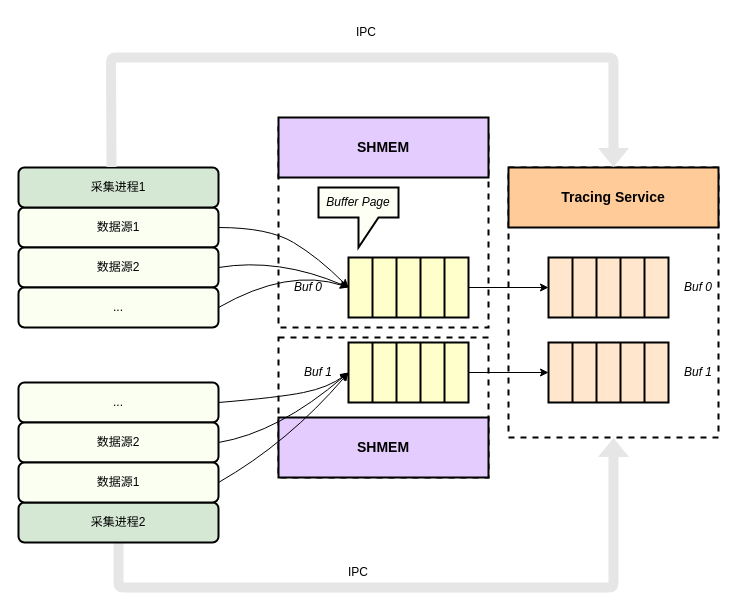
Before: images/2025-7-30-tracing/drawio/Buffer.drawio in braisedp/braisedp.github.io, a draw.io diagram. Source tidied: cells renumbered, new cells numbered last; positions are measured from the earlier drawing's top-left corner, leaving out a move shared by most shapes. Both pictures are drawn from the tidied source at 100%, with x=0, y=0 at pixel (18, 17).
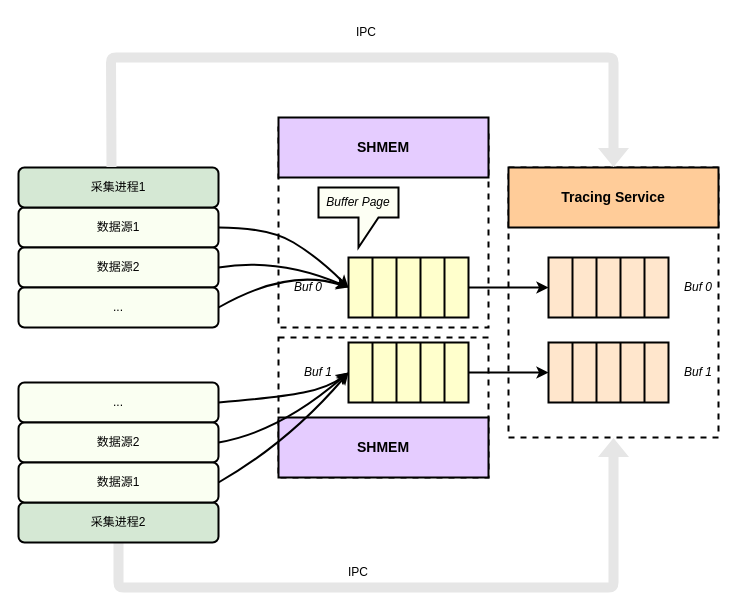
The same page after the edit.

The change refers to these unchanged cells:
```xml
<mxCell id="5" style="shape=table;startSize=0;childLayout=tableLayout;fontSize=16;rowLines=0;columnLines=1;strokeWidth=2;fillColor=#FFFFCC;" parent="1" vertex="1">
  <mxGeometry x="330" y="240" width="120" height="60" as="geometry" />
</mxCell>
<mxCell id="6" style="shape=tableRow;horizontal=0;startSize=0;swimlaneHead=0;swimlaneBody=0;strokeColor=inherit;top=0;left=0;bottom=0;right=0;fillColor=none;points=[[0,0.5],[1,0.5]];portConstraint=eastwest;fontSize=16;" parent="5" vertex="1">
  <mxGeometry width="120" height="60" as="geometry" />
</mxCell>
<mxCell id="12" style="shape=table;startSize=0;childLayout=tableLayout;fontSize=16;rowLines=0;columnLines=1;strokeWidth=2;fillColor=#FFE6CC;" parent="1" vertex="1">
  <mxGeometry x="530" y="240" width="120" height="60" as="geometry" />
</mxCell>
<mxCell id="20" style="shape=tableRow;horizontal=0;startSize=0;swimlaneHead=0;swimlaneBody=0;strokeColor=inherit;top=0;left=0;bottom=0;right=0;fillColor=none;points=[[0,0.5],[1,0.5]];portConstraint=eastwest;fontSize=16;" parent="19" vertex="1">
  <mxGeometry width="120" height="60" as="geometry" />
</mxCell>
<mxCell id="26" style="shape=table;startSize=0;childLayout=tableLayout;fontSize=16;rowLines=0;columnLines=1;strokeWidth=2;fillColor=#FFE6CC;" parent="1" vertex="1">
  <mxGeometry x="530" y="325" width="120" height="60" as="geometry" />
</mxCell>
<mxCell id="39" value="Buf 1" style="text;html=1;align=center;verticalAlign=middle;whiteSpace=wrap;rounded=0;fontStyle=2;" parent="1" vertex="1">
  <mxGeometry x="270" y="340" width="60" height="30" as="geometry" />
</mxCell>
<mxCell id="42" value="数据源1" style="rounded=1;whiteSpace=wrap;html=1;strokeWidth=2;fillColor=#FAFFF2;" parent="1" vertex="1">
  <mxGeometry y="190" width="200" height="40" as="geometry" />
</mxCell>
<mxCell id="44" value="数据源2" style="rounded=1;whiteSpace=wrap;html=1;strokeWidth=2;fillColor=#FAFFF2;" parent="1" vertex="1">
  <mxGeometry y="230" width="200" height="40" as="geometry" />
</mxCell>
<mxCell id="48" value="..." style="rounded=1;whiteSpace=wrap;html=1;strokeWidth=2;fillColor=#FAFFF2;" parent="1" vertex="1">
  <mxGeometry y="270" width="200" height="40" as="geometry" />
</mxCell>
<mxCell id="50" value="..." style="rounded=1;whiteSpace=wrap;html=1;strokeWidth=2;fillColor=#FAFFF2;" parent="1" vertex="1">
  <mxGeometry y="365" width="200" height="40" as="geometry" />
</mxCell>
<mxCell id="53" value="数据源2" style="rounded=1;whiteSpace=wrap;html=1;strokeWidth=2;fillColor=#FAFFF2;" parent="1" vertex="1">
  <mxGeometry y="405" width="200" height="40" as="geometry" />
</mxCell>
<mxCell id="56" value="&lt;span style=&quot;color: rgb(0, 0, 0);&quot;&gt;数据源1&lt;/span&gt;" style="rounded=1;whiteSpace=wrap;html=1;strokeWidth=2;fillColor=#FAFFF2;" parent="1" vertex="1">
  <mxGeometry y="445" width="200" height="40" as="geometry" />
</mxCell>
```

The edit, as a diff of the source:
```diff
@@
-    <mxCell id="35" style="edgeStyle=none;html=1;exitX=1;exitY=0.5;exitDx=0;exitDy=0;entryX=0;entryY=0.5;entryDx=0;entryDy=0;" parent="1" edge="1" source="6" target="12">
+    <mxCell id="35" style="edgeStyle=none;html=1;exitX=1;exitY=0.5;exitDx=0;exitDy=0;entryX=0;entryY=0.5;entryDx=0;entryDy=0;strokeWidth=2;flowAnimation=1;" parent="1" edge="1" source="6" target="12">
       <mxGeometry relative="1" as="geometry" />
     </mxCell>
-    <mxCell id="36" style="edgeStyle=none;html=1;exitX=1;exitY=0.5;exitDx=0;exitDy=0;entryX=0;entryY=0.5;entryDx=0;entryDy=0;" parent="1" edge="1" source="20" target="26">
+    <mxCell id="36" style="edgeStyle=none;html=1;exitX=1;exitY=0.5;exitDx=0;exitDy=0;entryX=0;entryY=0.5;entryDx=0;entryDy=0;strokeWidth=2;flowAnimation=1;" parent="1" edge="1" source="20" target="26">
       <mxGeometry relative="1" as="geometry" />
     </mxCell>
@@
-    <mxCell id="46" style="curved=1;endArrow=classic;html=1;exitX=1;exitY=0.5;exitDx=0;exitDy=0;entryX=0;entryY=0.5;entryDx=0;entryDy=0;" parent="1" edge="1" source="42" target="5">
+    <mxCell id="46" style="curved=1;endArrow=classic;html=1;exitX=1;exitY=0.5;exitDx=0;exitDy=0;entryX=0;entryY=0.5;entryDx=0;entryDy=0;strokeWidth=2;flowAnimation=1;" parent="1" edge="1" source="42" target="5">
       <mxGeometry relative="1" as="geometry">
         <Array as="points">
           <mxPoint x="250" y="210" />
           <mxPoint x="300" y="240" />
         </Array>
       </mxGeometry>
     </mxCell>
-    <mxCell id="47" style="curved=1;endArrow=classic;html=1;exitX=1;exitY=0.5;exitDx=0;exitDy=0;entryX=0;entryY=0.5;entryDx=0;entryDy=0;" parent="1" edge="1" source="44" target="6">
+    <mxCell id="47" style="curved=1;endArrow=classic;html=1;exitX=1;exitY=0.5;exitDx=0;exitDy=0;entryX=0;entryY=0.5;entryDx=0;entryDy=0;strokeWidth=2;flowAnimation=1;" parent="1" edge="1" source="44" target="6">
       <mxGeometry relative="1" as="geometry">
         <Array as="points">
           <mxPoint x="260" y="240" />
         </Array>
       </mxGeometry>
     </mxCell>
@@
-    <mxCell id="49" style="curved=1;endArrow=classic;html=1;exitX=1;exitY=0.5;exitDx=0;exitDy=0;entryX=0;entryY=0.5;entryDx=0;entryDy=0;" parent="1" edge="1" source="48" target="6">
+    <mxCell id="49" style="curved=1;endArrow=classic;html=1;exitX=1;exitY=0.5;exitDx=0;exitDy=0;entryX=0;entryY=0.5;entryDx=0;entryDy=0;strokeWidth=2;flowAnimation=1;" parent="1" edge="1" source="48" target="6">
       <mxGeometry relative="1" as="geometry">
         <Array as="points">
           <mxPoint x="270" y="250" />
         </Array>
       </mxGeometry>
     </mxCell>
@@
-    <mxCell id="54" style="curved=1;endArrow=classic;html=1;exitX=1;exitY=0.5;exitDx=0;exitDy=0;entryX=0;entryY=0.5;entryDx=0;entryDy=0;" parent="1" edge="1" source="50" target="20">
+    <mxCell id="54" style="curved=1;endArrow=classic;html=1;exitX=1;exitY=0.5;exitDx=0;exitDy=0;entryX=0;entryY=0.5;entryDx=0;entryDy=0;strokeWidth=2;flowAnimation=1;" parent="1" edge="1" source="50" target="20">
       <mxGeometry relative="1" as="geometry">
         <Array as="points">
           <mxPoint x="260" y="380" />
           <mxPoint x="310" y="370" />
         </Array>
       </mxGeometry>
     </mxCell>
-    <mxCell id="55" style="curved=1;endArrow=classic;html=1;exitX=1;exitY=0.5;exitDx=0;exitDy=0;entryX=0;entryY=0.5;entryDx=0;entryDy=0;" parent="1" edge="1" source="53" target="20">
+    <mxCell id="55" style="curved=1;endArrow=classic;html=1;exitX=1;exitY=0.5;exitDx=0;exitDy=0;entryX=0;entryY=0.5;entryDx=0;entryDy=0;strokeWidth=2;flowAnimation=1;" parent="1" edge="1" source="53" target="20">
       <mxGeometry relative="1" as="geometry">
         <Array as="points">
           <mxPoint x="260" y="415" />
         </Array>
       </mxGeometry>
     </mxCell>
@@
-    <mxCell id="57" style="curved=1;endArrow=classic;html=1;exitX=1;exitY=0.5;exitDx=0;exitDy=0;entryX=1;entryY=0.5;entryDx=0;entryDy=0;" parent="1" edge="1" source="56" target="39">
+    <mxCell id="57" style="curved=1;endArrow=classic;html=1;exitX=1;exitY=0.5;exitDx=0;exitDy=0;entryX=1;entryY=0.5;entryDx=0;entryDy=0;strokeWidth=2;flowAnimation=1;" parent="1" edge="1" source="56" target="39">
       <mxGeometry relative="1" as="geometry">
         <Array as="points">
           <mxPoint x="270" y="425" />
         </Array>
       </mxGeometry>
     </mxCell>
```
